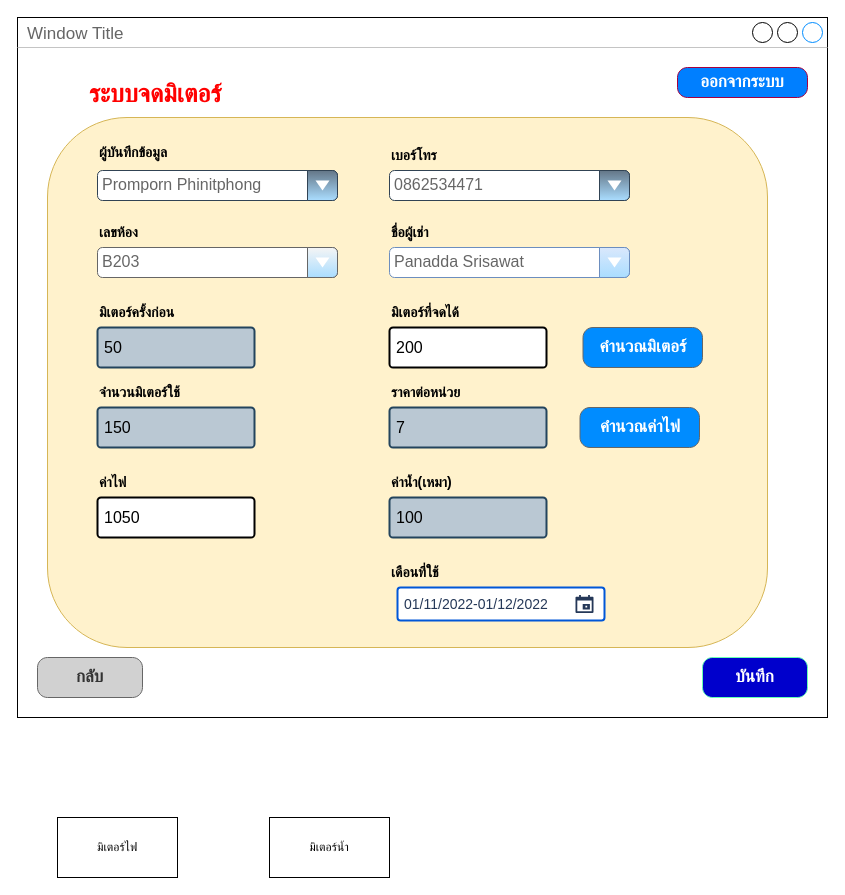
nunpromporn/SE keeps this draw.io diagram as page "meter" (1 of 16) of SE.drawio. Above is the earlier version. Source tidied: cells renumbered, new cells numbered last; positions are measured from the earlier drawing's top-left corner, leaving out a move shared by most shapes. Both pictures are drawn from the tidied source at 100%, with x=0, y=0 at pixel (17, 17).
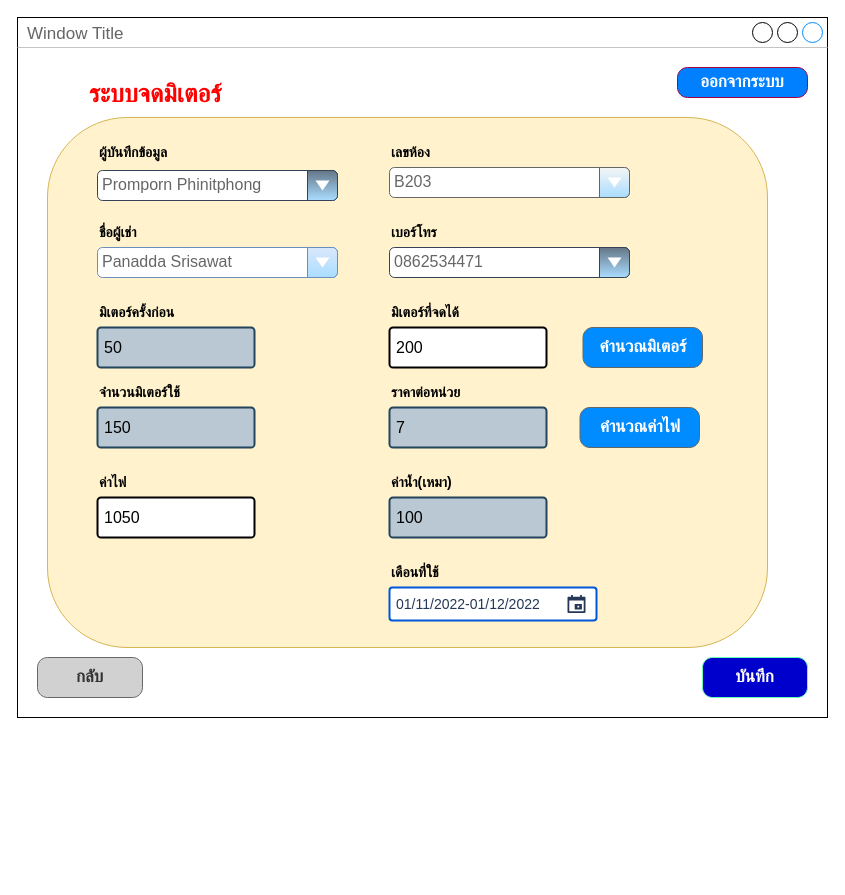
After the change.

The edit, as a diff of the source:
```diff
@@
     <mxCell id="7" value="&lt;span style=&quot;font-size: 14px;&quot;&gt;&lt;b&gt;เลขห้อง&lt;/b&gt;&lt;/span&gt;" style="text;html=1;strokeColor=none;fillColor=none;align=left;verticalAlign=middle;whiteSpace=wrap;rounded=0;" parent="1" vertex="1">
-      <mxGeometry x="80" y="200" width="90" height="30" as="geometry" />
+      <mxGeometry x="372" y="120" width="90" height="30" as="geometry" />
     </mxCell>
@@
     <mxCell id="12" value="&lt;font style=&quot;font-size: 16px;&quot; color=&quot;#666666&quot;&gt;B203&lt;/font&gt;" style="strokeWidth=1;shadow=0;dashed=0;align=center;html=1;shape=mxgraph.mockup.forms.comboBox;align=left;fillColor2=#aaddff;mainText=;fontSize=17;spacingLeft=3;fillColor=#f5f5f5;strokeColor=#666666;fontColor=#333333;" parent="1" vertex="1">
-      <mxGeometry x="80" y="230" width="240" height="30" as="geometry" />
+      <mxGeometry x="372" y="150" width="240" height="30" as="geometry" />
     </mxCell>
@@
     <mxCell id="17" value="&lt;font style=&quot;font-size: 14px;&quot;&gt;01/11/2022-01/12/2022&lt;/font&gt;" style="rounded=1;arcSize=9;fillColor=#ffffff;align=left;spacingLeft=5;strokeColor=#0057D8;html=1;strokeWidth=2;fontColor=#253858;fontSize=12;" parent="1" vertex="1">
-      <mxGeometry x="380" y="570" width="207" height="33" as="geometry" />
+      <mxGeometry x="372" y="570" width="207" height="33" as="geometry" />
     </mxCell>
@@
     <mxCell id="26" value="&lt;font color=&quot;#666666&quot; style=&quot;font-size: 16px;&quot;&gt;Panadda Srisawat&lt;/font&gt;" style="strokeWidth=1;shadow=0;dashed=0;align=center;html=1;shape=mxgraph.mockup.forms.comboBox;strokeColor=#6c8ebf;fillColor=#dae8fc;align=left;fillColor2=#aaddff;mainText=;fontSize=17;spacingLeft=3;" parent="1" vertex="1">
-      <mxGeometry x="372" y="230" width="240" height="30" as="geometry" />
+      <mxGeometry x="80" y="230" width="240" height="30" as="geometry" />
     </mxCell>
     <mxCell id="27" value="&lt;span style=&quot;font-size: 14px;&quot;&gt;&lt;b&gt;ชื่อผู้เช่า&lt;/b&gt;&lt;/span&gt;" style="text;html=1;strokeColor=none;fillColor=none;align=left;verticalAlign=middle;whiteSpace=wrap;rounded=0;" parent="1" vertex="1">
-      <mxGeometry x="372" y="200" width="90" height="30" as="geometry" />
+      <mxGeometry x="80" y="200" width="90" height="30" as="geometry" />
     </mxCell>
-    <mxCell id="28" value="มิเตอร์ไฟ" style="rounded=0;whiteSpace=wrap;html=1;" parent="1" vertex="1">
-      <mxGeometry x="40" y="800" width="120" height="60" as="geometry" />
-    </mxCell>
-    <mxCell id="29" value="มิเตอร์น้ำ" style="rounded=0;whiteSpace=wrap;html=1;" parent="1" vertex="1">
-      <mxGeometry x="252" y="800" width="120" height="60" as="geometry" />
-    </mxCell>
@@
     <mxCell id="33" value="&lt;font color=&quot;#666666&quot;&gt;&lt;span style=&quot;font-size: 16px;&quot;&gt;0862534471&lt;/span&gt;&lt;/font&gt;" style="strokeWidth=1;shadow=0;dashed=0;align=center;html=1;shape=mxgraph.mockup.forms.comboBox;strokeColor=#314354;fillColor=#647687;align=left;fillColor2=#aaddff;mainText=;fontSize=17;spacingLeft=3;fontColor=#ffffff;" parent="1" vertex="1">
-      <mxGeometry x="372" y="153" width="240" height="30" as="geometry" />
+      <mxGeometry x="372" y="230" width="240" height="30" as="geometry" />
     </mxCell>
     <mxCell id="34" value="&lt;span style=&quot;font-size: 14px;&quot;&gt;&lt;b&gt;เบอร์โทร&lt;/b&gt;&lt;/span&gt;" style="text;html=1;strokeColor=none;fillColor=none;align=left;verticalAlign=middle;whiteSpace=wrap;rounded=0;" parent="1" vertex="1">
-      <mxGeometry x="372" y="123" width="90" height="30" as="geometry" />
+      <mxGeometry x="372" y="200" width="90" height="30" as="geometry" />
     </mxCell>
```
